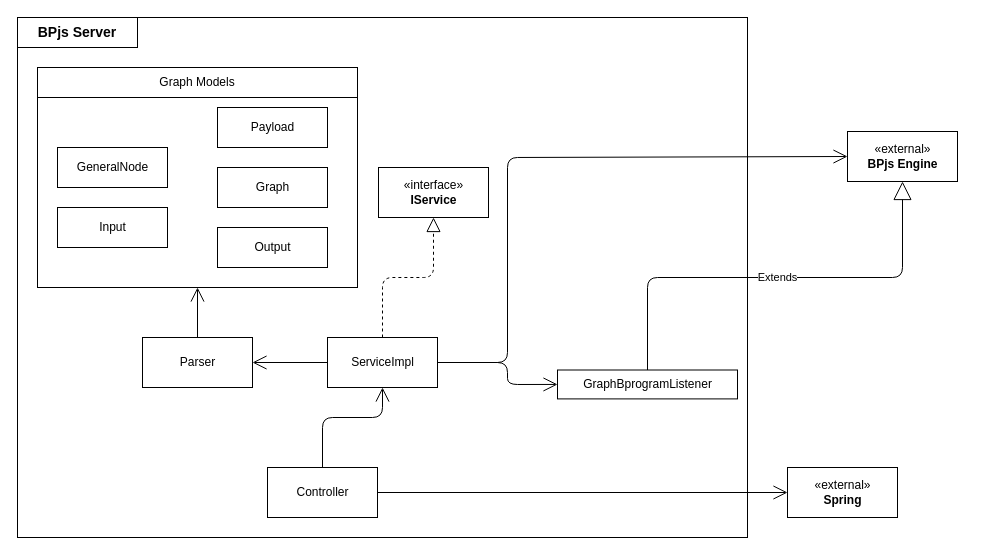
This is documentation/Server Class Diagram.drawio from shirmarko/bpFlowApp, a draw.io file, before an edit. Source tidied: cells renumbered, new cells numbered last; positions are measured from the earlier drawing's top-left corner, leaving out a move shared by most shapes. Both pictures are drawn from the tidied source at 100%, with x=0, y=0 at pixel (17, 17).
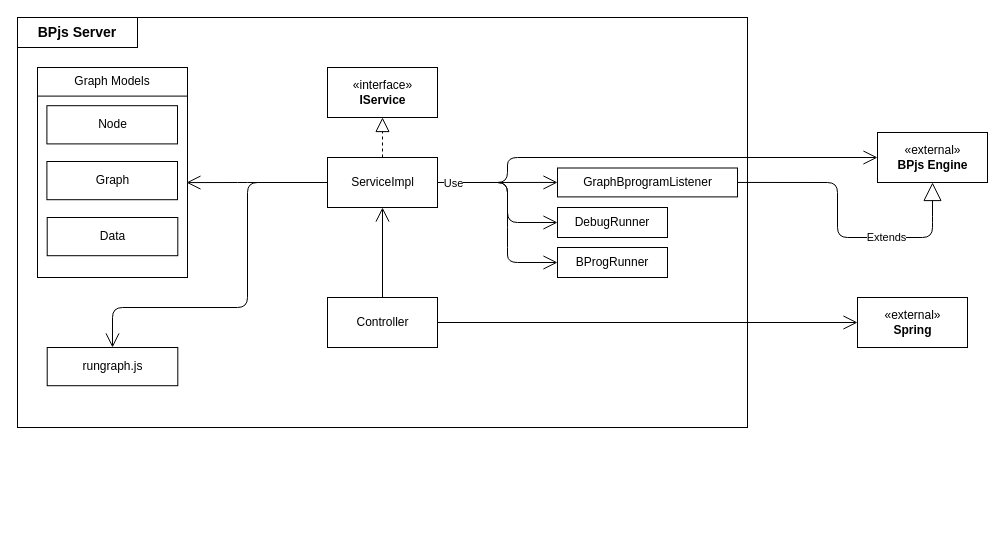
After the change.

The edit, as a diff of the source:
```diff
@@
     <mxCell id="2" style="rounded=0;whiteSpace=wrap;html=1;" parent="1" vertex="1">
-      <mxGeometry width="730" height="520" as="geometry" />
+      <mxGeometry width="730" height="410" as="geometry" />
     </mxCell>
     <mxCell id="3" value="«external»&lt;br&gt;&lt;b&gt;Spring&lt;/b&gt;" style="html=1;" parent="1" vertex="1">
-      <mxGeometry x="770" y="450" width="110" height="50" as="geometry" />
+      <mxGeometry x="840" y="280" width="110" height="50" as="geometry" />
     </mxCell>
     <mxCell id="4" value="«external»&lt;br&gt;&lt;b&gt;BPjs Engine&lt;/b&gt;" style="html=1;" parent="1" vertex="1">
-      <mxGeometry x="830" y="114" width="110" height="50" as="geometry" />
+      <mxGeometry x="860" y="115" width="110" height="50" as="geometry" />
     </mxCell>
     <mxCell id="5" value="Controller" style="html=1;" parent="1" vertex="1">
-      <mxGeometry x="250" y="450" width="110" height="50" as="geometry" />
+      <mxGeometry x="310" y="280" width="110" height="50" as="geometry" />
     </mxCell>
     <mxCell id="6" value="«interface»&lt;br&gt;&lt;b&gt;IService&lt;/b&gt;" style="html=1;" parent="1" vertex="1">
-      <mxGeometry x="361" y="150" width="110" height="50" as="geometry" />
+      <mxGeometry x="310" y="50" width="110" height="50" as="geometry" />
     </mxCell>
     <mxCell id="7" value="ServiceImpl" style="html=1;" parent="1" vertex="1">
-      <mxGeometry x="310" y="320" width="110" height="50" as="geometry" />
+      <mxGeometry x="310" y="140" width="110" height="50" as="geometry" />
     </mxCell>
-    <mxCell id="8" value="Parser" style="html=1;" parent="1" vertex="1">
-      <mxGeometry x="125" y="320" width="110" height="50" as="geometry" />
-    </mxCell>
-    <mxCell id="9" style="endArrow=open;endFill=1;endSize=12;html=1;entryX=0.5;entryY=1;entryDx=0;entryDy=0;exitX=0.5;exitY=0;exitDx=0;exitDy=0;" parent="1" edge="1" source="8" target="12">
-      <mxGeometry x="30" y="20" as="geometry" />
-    </mxCell>
     <mxCell id="10" style="endArrow=block;dashed=1;endFill=0;endSize=12;html=1;entryX=0.5;entryY=1;entryDx=0;entryDy=0;exitX=0.5;exitY=0;exitDx=0;exitDy=0;" parent="1" edge="1" source="7" target="6">
-      <mxGeometry x="30" y="20" as="geometry">
-        <Array as="points">
-          <mxPoint x="365" y="260" />
-          <mxPoint x="416" y="260" />
-        </Array>
-      </mxGeometry>
+      <mxGeometry x="30" y="20" as="geometry" />
     </mxCell>
     <mxCell id="11" style="group;" parent="1" vertex="1">
-      <mxGeometry x="20" y="50" width="320" height="220" as="geometry" />
+      <mxGeometry x="20" y="50" width="150" height="210" as="geometry" />
     </mxCell>
     <mxCell id="12" style="html=1;" parent="11" vertex="1">
-      <mxGeometry width="320" height="220" as="geometry" />
+      <mxGeometry width="150" height="210" as="geometry" />
     </mxCell>
-    <mxCell id="13" value="GeneralNode" style="html=1;" parent="11" vertex="1">
-      <mxGeometry x="20" y="80" width="110" height="40" as="geometry" />
+    <mxCell id="13" value="Node" style="html=1;" parent="11" vertex="1">
+      <mxGeometry x="9.4" y="38.2" width="130.6" height="38.2" as="geometry" />
     </mxCell>
     <mxCell id="14" value="Graph" style="html=1;" parent="11" vertex="1">
-      <mxGeometry x="180" y="100" width="110" height="40" as="geometry" />
+      <mxGeometry x="9.4" y="94" width="130.6" height="38.2" as="geometry" />
     </mxCell>
-    <mxCell id="15" value="Input" style="html=1;" parent="11" vertex="1">
-      <mxGeometry x="20" y="140" width="110" height="40" as="geometry" />
-    </mxCell>
-    <mxCell id="16" value="Output" style="html=1;" parent="11" vertex="1">
-      <mxGeometry x="180" y="160" width="110" height="40" as="geometry" />
+    <mxCell id="16" value="Data" style="html=1;" parent="11" vertex="1">
+      <mxGeometry x="9.7" y="150" width="130.6" height="38.2" as="geometry" />
     </mxCell>
-    <mxCell id="17" value="Payload" style="html=1;" parent="11" vertex="1">
-      <mxGeometry x="180" y="40" width="110" height="40" as="geometry" />
-    </mxCell>
     <mxCell id="18" value="Graph Models" style="rounded=0;whiteSpace=wrap;html=1;" parent="11" vertex="1">
-      <mxGeometry width="320" height="30" as="geometry" />
+      <mxGeometry width="150" height="28.6" as="geometry" />
     </mxCell>
@@
     <mxCell id="20" value="GraphBprogramListener" style="html=1;" parent="1" vertex="1">
-      <mxGeometry x="540" y="352.5" width="180" height="28.9" as="geometry" />
+      <mxGeometry x="540" y="150.5" width="180" height="28.9" as="geometry" />
     </mxCell>
-    <mxCell id="21" style="endArrow=open;html=1;entryX=1;entryY=0.5;entryDx=0;entryDy=0;exitX=0;exitY=0.5;exitDx=0;exitDy=0;endFill=0;endSize=12;" parent="1" edge="1" source="7" target="8">
-      <mxGeometry relative="1" as="geometry" />
+    <mxCell id="21" style="endArrow=open;html=1;entryX=0.993;entryY=0.548;entryDx=0;entryDy=0;exitX=0;exitY=0.5;exitDx=0;exitDy=0;endFill=0;endSize=12;entryPerimeter=0;" parent="1" edge="1" source="7" target="12">
+      <mxGeometry relative="1" as="geometry">
+        <Array as="points">
+          <mxPoint x="230" y="165" />
+        </Array>
+      </mxGeometry>
     </mxCell>
-    <mxCell id="22" value="Extends" style="endArrow=block;endSize=16;endFill=0;html=1;entryX=0.5;entryY=1;entryDx=0;entryDy=0;exitX=0.5;exitY=0;exitDx=0;exitDy=0;" parent="1" edge="1" source="20" target="4">
-      <mxGeometry relative="1" as="geometry">
+    <mxCell id="22" value="Extends" style="endArrow=block;endSize=16;endFill=0;html=1;entryX=0.5;entryY=1;entryDx=0;entryDy=0;exitX=1;exitY=0.5;exitDx=0;exitDy=0;" parent="1" edge="1" source="20" target="4">
+      <mxGeometry x="0.34" relative="1" as="geometry">
         <Array as="points">
-          <mxPoint x="630" y="260" />
-          <mxPoint x="885" y="260" />
+          <mxPoint x="820" y="165" />
+          <mxPoint x="820" y="220" />
+          <mxPoint x="915" y="220" />
+          <mxPoint x="915" y="200" />
         </Array>
       </mxGeometry>
     </mxCell>
     <mxCell id="23" style="endArrow=none;html=1;entryX=0.5;entryY=0;entryDx=0;entryDy=0;exitX=0.5;exitY=1;exitDx=0;exitDy=0;startSize=12;endSize=12;endFill=0;startArrow=open;startFill=0;" parent="1" edge="1" source="7" target="5">
-      <mxGeometry relative="1" as="geometry">
-        <Array as="points">
-          <mxPoint x="365" y="400" />
-          <mxPoint x="305" y="400" />
-        </Array>
-      </mxGeometry>
+      <mxGeometry relative="1" as="geometry" />
     </mxCell>
@@
     <mxCell id="25" style="endArrow=open;endFill=1;endSize=12;html=1;entryX=0;entryY=0.5;entryDx=0;entryDy=0;exitX=1;exitY=0.5;exitDx=0;exitDy=0;" parent="1" edge="1" source="7" target="20">
-      <mxGeometry relative="1" as="geometry">
-        <Array as="points">
-          <mxPoint x="490" y="345" />
-          <mxPoint x="490" y="367" />
-        </Array>
-      </mxGeometry>
+      <mxGeometry relative="1" as="geometry" />
     </mxCell>
     <mxCell id="26" style="endArrow=open;endFill=1;endSize=12;html=1;entryX=0;entryY=0.5;entryDx=0;entryDy=0;exitX=1;exitY=0.5;exitDx=0;exitDy=0;" parent="1" edge="1" source="7" target="4">
       <mxGeometry relative="1" as="geometry">
         <Array as="points">
-          <mxPoint x="490" y="345" />
+          <mxPoint x="490" y="165" />
           <mxPoint x="490" y="140" />
         </Array>
       </mxGeometry>
     </mxCell>
+    <mxCell id="27" value="DebugRunner" style="rounded=0;whiteSpace=wrap;html=1;" parent="1" vertex="1">
+      <mxGeometry x="540" y="190" width="110" height="30" as="geometry" />
+    </mxCell>
+    <mxCell id="28" style="endArrow=open;endFill=1;endSize=12;html=1;entryX=0.5;entryY=0;entryDx=0;entryDy=0;exitX=0;exitY=0.5;exitDx=0;exitDy=0;" parent="1" edge="1" source="7">
+      <mxGeometry relative="1" as="geometry">
+        <mxPoint x="95" y="330" as="targetPoint" />
+        <Array as="points">
+          <mxPoint x="230" y="165" />
+          <mxPoint x="230" y="290" />
+          <mxPoint x="95" y="290" />
+        </Array>
+      </mxGeometry>
+    </mxCell>
+    <mxCell id="29" value="rungraph.js" style="html=1;" parent="1" vertex="1">
+      <mxGeometry x="29.7" y="330" width="130.6" height="38.2" as="geometry" />
+    </mxCell>
+    <mxCell id="30" value="BProgRunner" style="rounded=0;whiteSpace=wrap;html=1;" parent="1" vertex="1">
+      <mxGeometry x="540" y="230" width="110" height="30" as="geometry" />
+    </mxCell>
+    <mxCell id="31" style="endArrow=open;endFill=1;endSize=12;html=1;entryX=0;entryY=0.5;entryDx=0;entryDy=0;exitX=1;exitY=0.5;exitDx=0;exitDy=0;" parent="1" edge="1" source="7" target="30">
+      <mxGeometry relative="1" as="geometry">
+        <Array as="points">
+          <mxPoint x="490" y="165" />
+          <mxPoint x="490" y="220" />
+          <mxPoint x="490" y="245" />
+        </Array>
+      </mxGeometry>
+    </mxCell>
+    <mxCell id="32" style="endArrow=open;endFill=1;endSize=12;html=1;entryX=0;entryY=0.5;entryDx=0;entryDy=0;exitX=1;exitY=0.5;exitDx=0;exitDy=0;" parent="1" edge="1" source="7" target="27">
+      <mxGeometry relative="1" as="geometry">
+        <Array as="points">
+          <mxPoint x="490" y="165" />
+          <mxPoint x="490" y="205" />
+        </Array>
+      </mxGeometry>
+    </mxCell>
+    <mxCell id="33" value="Use" style="edgeLabel;html=1;align=center;verticalAlign=middle;" parent="32" vertex="1">
+      <mxGeometry x="-0.81" relative="1" as="geometry" />
+    </mxCell>
```
